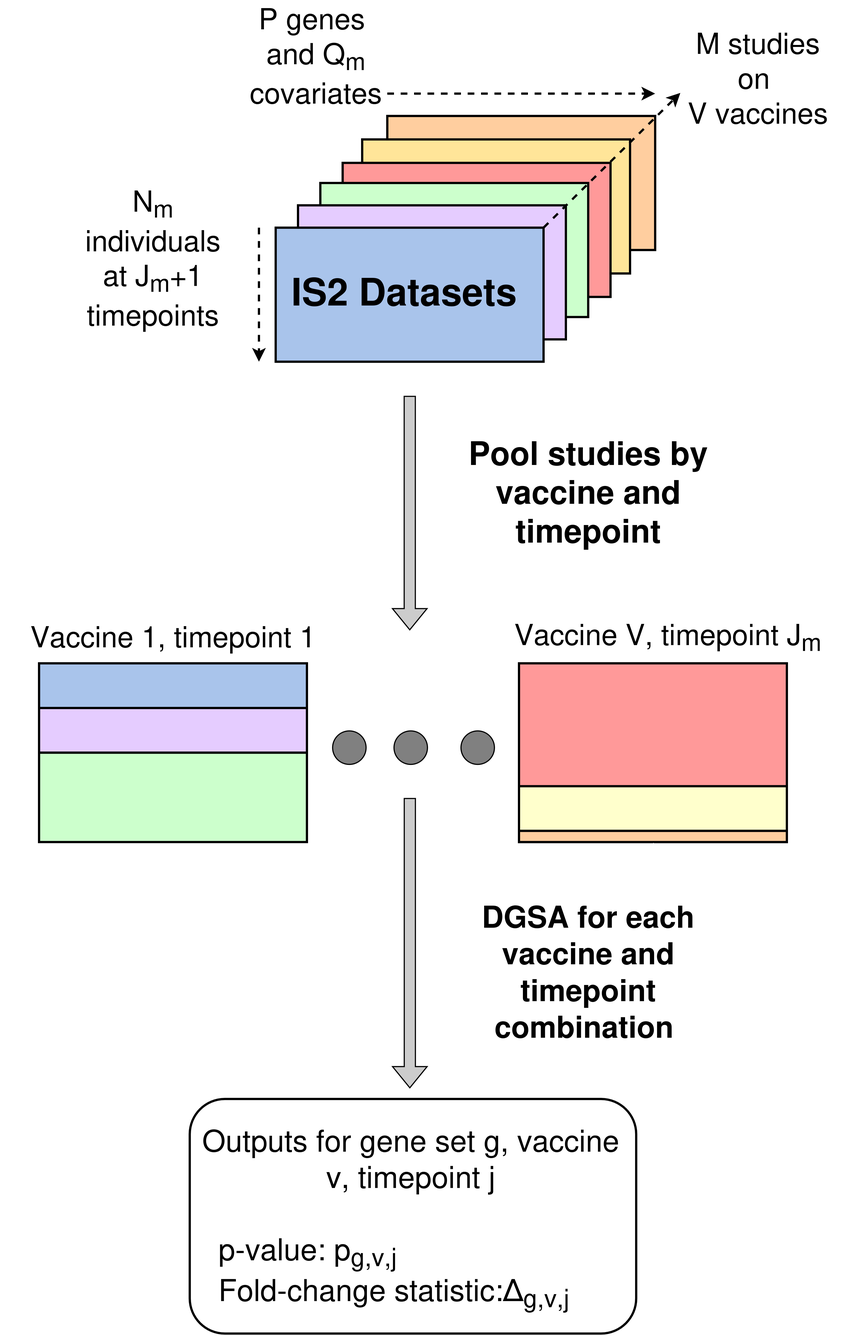
The draw.io diagram manuscript/figures/DGSA-pipeline-overview.drawio.png in arthurhughes27/transcriptomic-signature-comparison, before a commit. Source tidied: cells renumbered, new cells last; positions are measured from the earlier drawing's top-left corner, leaving out a move shared by most shapes.
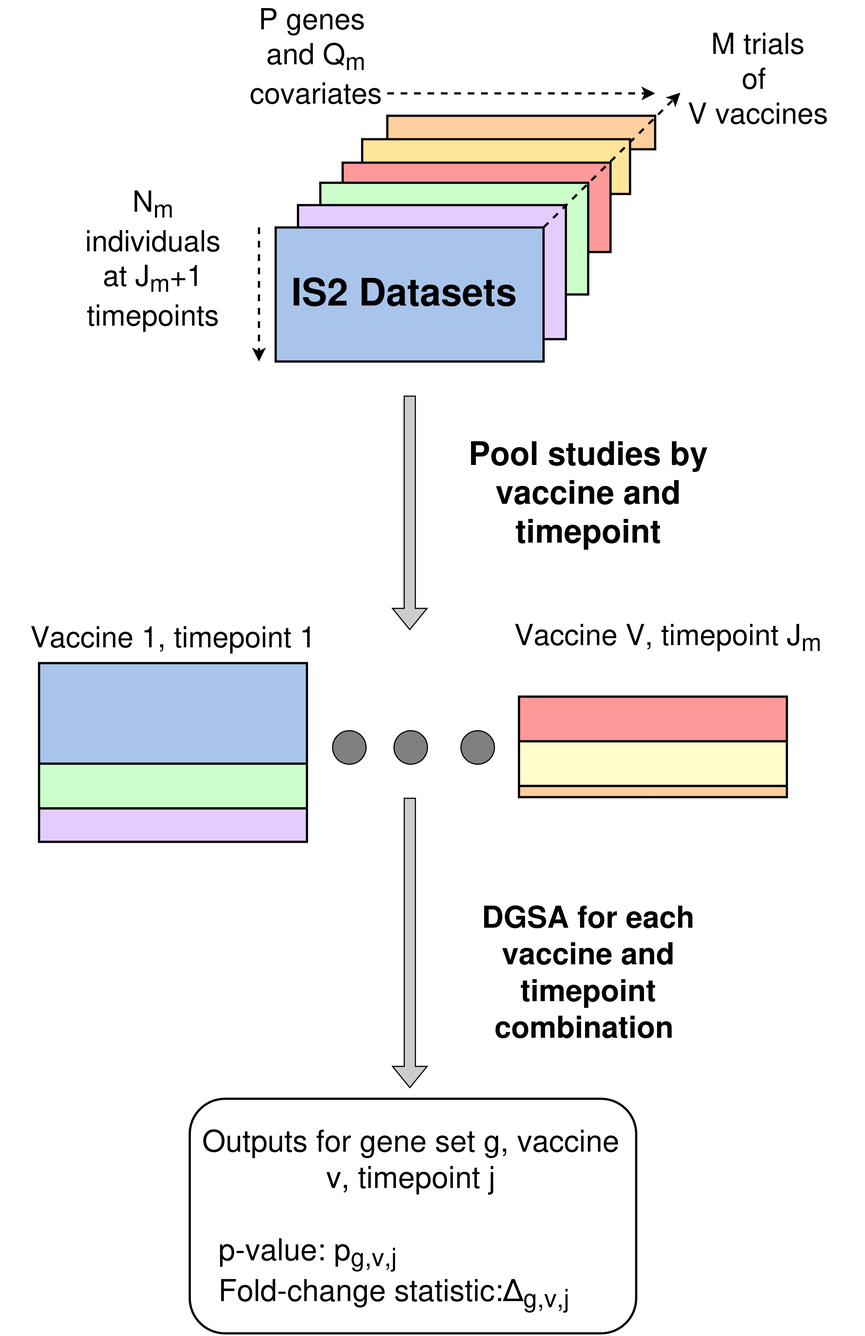
Above is the later version.

Commit message:
manuscript figures

What changed in the source:
```diff
@@ -3,16 +3,16 @@
     <mxCell id="0" />
     <mxCell id="1" parent="0" />
     <mxCell id="2" style="whiteSpace=wrap;html=1;fillColor=light-dark(#FFFFFF,#FFCE9F);strokeWidth=2;strokeColor=light-dark(#000000,#000000);fontFamily=Helvetica;" parent="1" vertex="1">
-      <mxGeometry x="347" y="70" width="240" height="120" as="geometry" />
+      <mxGeometry x="347" y="70" width="240" height="30" as="geometry" />
     </mxCell>
     <mxCell id="3" style="whiteSpace=wrap;html=1;fillColor=light-dark(#FFFFFF,#FFE599);strokeWidth=2;strokeColor=light-dark(#000000,#000000);fontFamily=Helvetica;" parent="1" vertex="1">
-      <mxGeometry x="324.5" y="91" width="240" height="120" as="geometry" />
+      <mxGeometry x="324.5" y="91" width="240" height="49" as="geometry" />
     </mxCell>
     <mxCell id="4" style="whiteSpace=wrap;html=1;fillColor=light-dark(#FFFFFF,#FF9999);strokeWidth=2;strokeColor=light-dark(#000000,#000000);fontFamily=Helvetica;" parent="1" vertex="1">
-      <mxGeometry x="307" y="112" width="240" height="120" as="geometry" />
+      <mxGeometry x="307" y="112" width="240" height="80" as="geometry" />
     </mxCell>
     <mxCell id="5" style="whiteSpace=wrap;html=1;fillColor=light-dark(#FFFFFF,#CCFFCC);strokeWidth=2;strokeColor=light-dark(#000000,#000000);fontFamily=Helvetica;" parent="1" vertex="1">
-      <mxGeometry x="287" y="130" width="240" height="120" as="geometry" />
+      <mxGeometry x="287" y="130" width="240" height="100" as="geometry" />
     </mxCell>
     <mxCell id="6" style="whiteSpace=wrap;html=1;fillColor=light-dark(#FFFFFF,#E5CCFF);strokeWidth=2;strokeColor=light-dark(#000000,#000000);fontFamily=Helvetica;" parent="1" vertex="1">
       <mxGeometry x="267" y="150" width="240" height="120" as="geometry" />
@@ -35,7 +35,7 @@
     <mxCell id="10" value="&lt;font style=&quot;font-size: 34px;&quot;&gt;&lt;b&gt;&lt;font&gt;&lt;span style=&quot;color: light-dark(rgb(0, 0, 0), rgb(0, 0, 0));&quot;&gt;&lt;font&gt;IS2 Datasets&lt;/font&gt;&lt;/span&gt;&lt;/font&gt;&lt;/b&gt;&lt;/font&gt;" style="text;html=1;whiteSpace=wrap;strokeColor=none;fillColor=none;align=center;verticalAlign=middle;rounded=0;fontFamily=Helvetica;" parent="1" vertex="1">
       <mxGeometry x="207" y="211" width="310" height="30" as="geometry" />
     </mxCell>
-    <mxCell id="11" value="&lt;div&gt;&lt;font&gt;&lt;span style=&quot;color: light-dark(rgb(0, 0, 0), rgb(0, 0, 0));&quot;&gt;&lt;font&gt;M studies&lt;/font&gt;&lt;/span&gt;&lt;/font&gt;&lt;/div&gt;&lt;div&gt;&lt;font&gt;&lt;span style=&quot;color: light-dark(rgb(0, 0, 0), rgb(0, 0, 0));&quot;&gt;&lt;font&gt;on&amp;nbsp;&lt;/font&gt;&lt;/span&gt;&lt;/font&gt;&lt;/div&gt;&lt;div&gt;&lt;font&gt;&lt;span style=&quot;color: light-dark(rgb(0, 0, 0), rgb(0, 0, 0));&quot;&gt;&lt;font&gt;V vaccines&lt;/font&gt;&lt;/span&gt;&lt;/font&gt;&lt;/div&gt;" style="text;html=1;whiteSpace=wrap;strokeColor=none;fillColor=none;align=center;verticalAlign=middle;rounded=0;fontFamily=Helvetica;fontSize=26;" parent="1" vertex="1">
+    <mxCell id="11" value="&lt;div&gt;&lt;font&gt;&lt;span style=&quot;color: light-dark(rgb(0, 0, 0), rgb(0, 0, 0));&quot;&gt;&lt;font&gt;M trials&lt;/font&gt;&lt;/span&gt;&lt;/font&gt;&lt;/div&gt;&lt;div&gt;&lt;font&gt;&lt;span style=&quot;color: light-dark(rgb(0, 0, 0), rgb(0, 0, 0));&quot;&gt;&lt;font&gt;of&amp;nbsp;&lt;/font&gt;&lt;/span&gt;&lt;/font&gt;&lt;/div&gt;&lt;div&gt;&lt;font&gt;&lt;span style=&quot;color: light-dark(rgb(0, 0, 0), rgb(0, 0, 0));&quot;&gt;&lt;font&gt;V vaccines&lt;/font&gt;&lt;/span&gt;&lt;/font&gt;&lt;/div&gt;" style="text;html=1;whiteSpace=wrap;strokeColor=none;fillColor=none;align=center;verticalAlign=middle;rounded=0;fontFamily=Helvetica;fontSize=26;" parent="1" vertex="1">
       <mxGeometry x="584" y="20" width="190" height="30" as="geometry" />
     </mxCell>
     <mxCell id="12" style="rounded=0;orthogonalLoop=1;jettySize=auto;html=1;strokeColor=light-dark(#000000,#000000);strokeWidth=2;dashed=1;fontFamily=Helvetica;" parent="1" edge="1">
@@ -56,15 +56,6 @@
     <mxCell id="15" value="&lt;div&gt;&lt;font&gt;&lt;span style=&quot;color: light-dark(rgb(0, 0, 0), rgb(0, 0, 0));&quot;&gt;&lt;font&gt;N&lt;sub&gt;m&lt;/sub&gt; individuals at J&lt;sub&gt;m&lt;/sub&gt;+1 timepoints&lt;/font&gt;&lt;/span&gt;&lt;/font&gt;&lt;/div&gt;" style="text;html=1;whiteSpace=wrap;strokeColor=none;fillColor=none;align=center;verticalAlign=middle;rounded=0;fontFamily=Helvetica;fontSize=26;" parent="1" vertex="1">
       <mxGeometry x="67" y="181" width="140" height="30" as="geometry" />
     </mxCell>
-    <mxCell id="16" style="whiteSpace=wrap;html=1;fillColor=light-dark(#FFFFFF,#A9C4EB);strokeWidth=2;strokeColor=light-dark(#000000,#000000);fontFamily=Helvetica;" parent="1" vertex="1">
-      <mxGeometry x="35" y="560" width="240" height="120" as="geometry" />
-    </mxCell>
-    <mxCell id="17" style="whiteSpace=wrap;html=1;fillColor=light-dark(#FFFFFF,#E5CCFF);strokeWidth=2;strokeColor=light-dark(#000000,#000000);fontFamily=Helvetica;" parent="1" vertex="1">
-      <mxGeometry x="35" y="600" width="240" height="40" as="geometry" />
-    </mxCell>
-    <mxCell id="18" style="whiteSpace=wrap;html=1;fillColor=light-dark(#FFFFFF,#CCFFCC);strokeWidth=2;strokeColor=light-dark(#000000,#000000);fontFamily=Helvetica;" parent="1" vertex="1">
-      <mxGeometry x="35" y="640" width="240" height="80" as="geometry" />
-    </mxCell>
     <mxCell id="19" value="&lt;font style=&quot;font-size: 29px;&quot;&gt;&lt;b&gt;&lt;span style=&quot;color: light-dark(rgb(0, 0, 0), rgb(0, 0, 0));&quot;&gt;&lt;font&gt;Pool studies by vaccine and timepoint&lt;/font&gt;&lt;/span&gt;&lt;/b&gt;&lt;/font&gt;" style="text;html=1;whiteSpace=wrap;strokeColor=none;fillColor=none;align=center;verticalAlign=middle;rounded=0;fontFamily=Helvetica;" parent="1" vertex="1">
       <mxGeometry x="397" y="390" width="260" height="30" as="geometry" />
     </mxCell>
@@ -81,13 +72,13 @@
       <mxGeometry x="412.5" y="620" width="30" height="30" as="geometry" />
     </mxCell>
     <mxCell id="24" style="whiteSpace=wrap;html=1;fillColor=light-dark(#FFFFFF,#FF9999);strokeWidth=2;strokeColor=light-dark(#000000,#000000);fontFamily=Helvetica;" parent="1" vertex="1">
-      <mxGeometry x="465" y="560" width="240" height="160" as="geometry" />
+      <mxGeometry x="465" y="590" width="240" height="40" as="geometry" />
     </mxCell>
     <mxCell id="25" style="whiteSpace=wrap;html=1;fillColor=light-dark(#FFFFFF,#FFFFCC);strokeWidth=2;strokeColor=light-dark(#000000,#000000);fontFamily=Helvetica;" parent="1" vertex="1">
-      <mxGeometry x="465" y="670" width="240" height="40" as="geometry" />
+      <mxGeometry x="465" y="630" width="240" height="40" as="geometry" />
     </mxCell>
     <mxCell id="26" style="whiteSpace=wrap;html=1;fillColor=light-dark(#FFFFFF,#FFCE9F);strokeWidth=2;strokeColor=light-dark(#000000,#000000);fontFamily=Helvetica;" parent="1" vertex="1">
-      <mxGeometry x="465" y="710" width="240" height="10" as="geometry" />
+      <mxGeometry x="465" y="670" width="240" height="10" as="geometry" />
     </mxCell>
     <mxCell id="27" value="&lt;font style=&quot;font-size: 26px;&quot;&gt;&lt;span style=&quot;color: light-dark(rgb(0, 0, 0), rgb(0, 0, 0));&quot;&gt;&lt;font&gt;Vaccine V, timepoint&lt;/font&gt;&lt;font&gt;&amp;nbsp;&lt;/font&gt;&lt;/span&gt;&lt;font&gt;&lt;span style=&quot;color: light-dark(rgb(0, 0, 0), rgb(0, 0, 0));&quot;&gt;&lt;font&gt;J&lt;sub&gt;m&lt;/sub&gt;&lt;/font&gt;&lt;/span&gt;&lt;span style=&quot;color: light-dark(rgb(0, 0, 0), rgb(0, 0, 0));&quot;&gt;&lt;font&gt;&amp;nbsp;&lt;/font&gt;&lt;/span&gt;&lt;/font&gt;&lt;/font&gt;" style="text;html=1;whiteSpace=wrap;strokeColor=none;fillColor=none;align=center;verticalAlign=middle;rounded=0;fontFamily=Helvetica;" parent="1" vertex="1">
       <mxGeometry x="430" y="520" width="344" height="30" as="geometry" />
@@ -110,5 +101,14 @@
         <mxPoint x="366.7" y="940" as="targetPoint" />
       </mxGeometry>
     </mxCell>
+    <mxCell id="16" style="whiteSpace=wrap;html=1;fillColor=light-dark(#FFFFFF,#A9C4EB);strokeWidth=2;strokeColor=light-dark(#000000,#000000);fontFamily=Helvetica;" parent="1" vertex="1">
+      <mxGeometry x="35" y="560" width="240" height="120" as="geometry" />
+    </mxCell>
+    <mxCell id="17" style="whiteSpace=wrap;html=1;fillColor=light-dark(#FFFFFF,#E5CCFF);strokeWidth=2;strokeColor=light-dark(#000000,#000000);fontFamily=Helvetica;" parent="1" vertex="1">
+      <mxGeometry x="35" y="690" width="240" height="30" as="geometry" />
+    </mxCell>
+    <mxCell id="18" style="whiteSpace=wrap;html=1;fillColor=light-dark(#FFFFFF,#CCFFCC);strokeWidth=2;strokeColor=light-dark(#000000,#000000);fontFamily=Helvetica;" parent="1" vertex="1">
+      <mxGeometry x="35" y="650" width="240" height="40" as="geometry" />
+    </mxCell>
   </root>
 </mxGraphModel>
```
